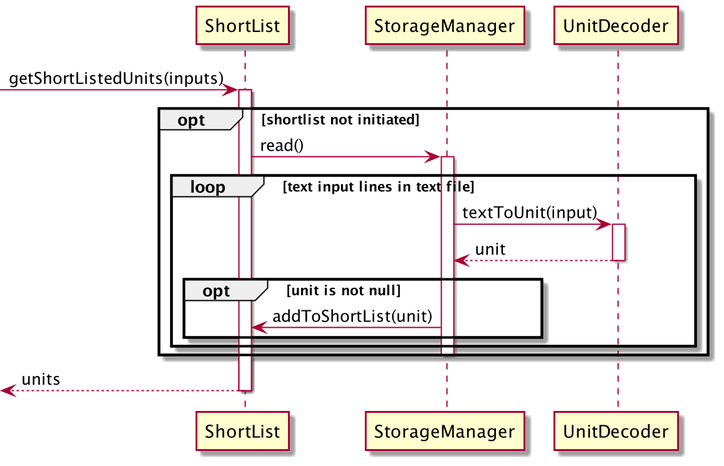
Above: docs/diagrams/StorageSequence.png in nus-cs2113-AY2021S2/tp (PlantUML), before the change.
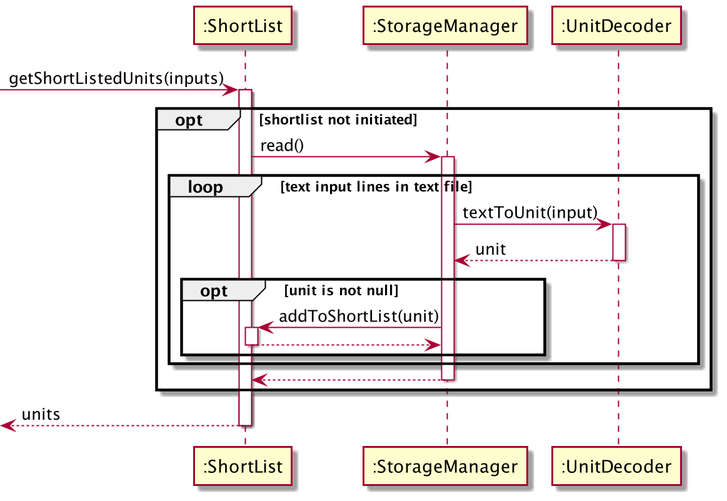
After the change.

Change to the diagram source:
```diff
@@ -1,21 +1,25 @@
 @startuml
 
-[-> ShortList: getShortListedUnits(inputs)
-activate ShortList
+[-> ":ShortList": getShortListedUnits(inputs)
+activate ":ShortList"
 opt shortlist not initiated
-    ShortList -> StorageManager: read()
-    activate StorageManager
+    ":ShortList" -> ":StorageManager": read()
+    activate ":StorageManager"
     loop text input lines in text file
-        StorageManager -> UnitDecoder: textToUnit(input)
-        activate UnitDecoder
-        StorageManager <-- UnitDecoder: unit
-        deactivate UnitDecoder
+        ":StorageManager" -> ":UnitDecoder": textToUnit(input)
+        activate ":UnitDecoder"
+        ":StorageManager" <-- ":UnitDecoder": unit
+        deactivate ":UnitDecoder"
         opt unit is not null
-            StorageManager -> ShortList: addToShortList(unit)
+            ":StorageManager" -> ":ShortList": addToShortList(unit)
+            activate ":ShortList"
+            ":ShortList" --> ":StorageManager"
+            deactivate ":ShortList"
         end
     end
-    deactivate StorageManager
+    ":ShortList" <-- ":StorageManager"
+    deactivate ":StorageManager"
 end
-[<-- ShortList: units
-deactivate ShortList
+[<-- ":ShortList": units
+deactivate ":ShortList"
 @enduml
```
